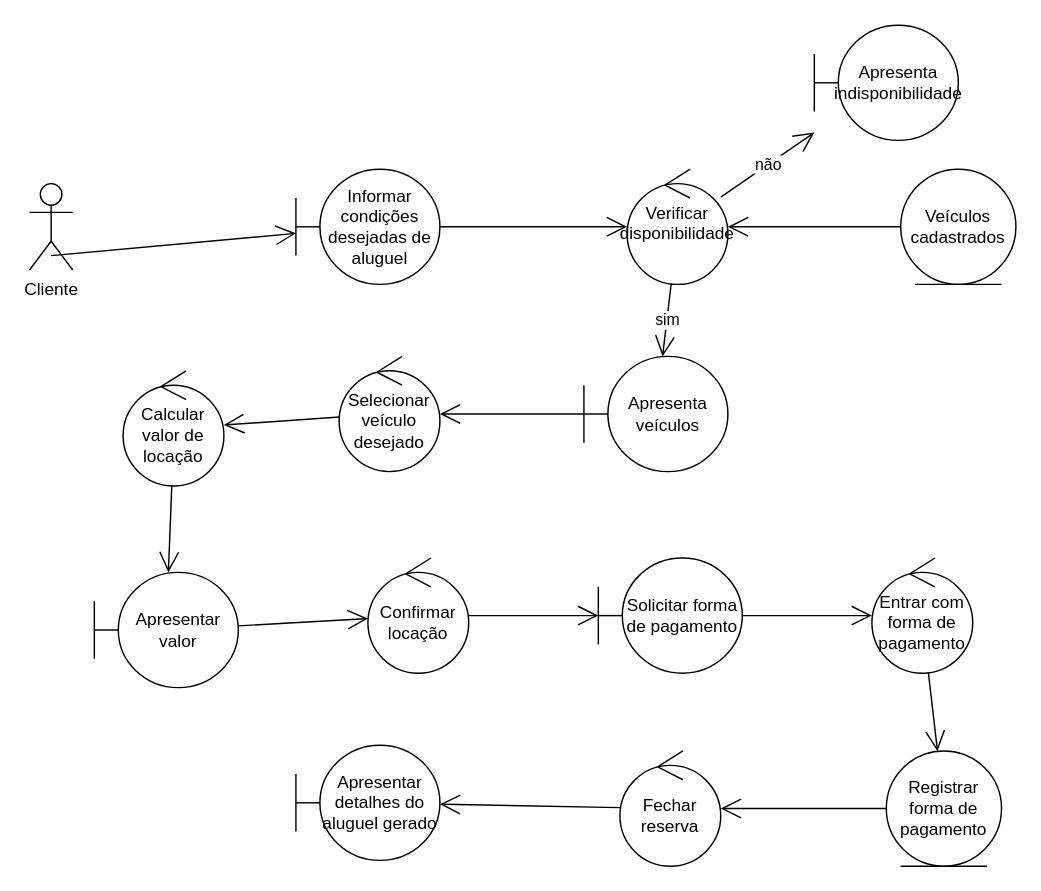
The draw.io diagram diagramas/Diagrama de Robustez/Diagrama_de_Robustez_Alugar_Veículo .drawio in AlexandreCampos/aulas_est, before the edit. Source tidied: cells renumbered, new cells numbered last; positions are measured from the earlier drawing's top-left corner, leaving out a move shared by most shapes. Both pictures are drawn from the tidied source at 144%, with x=0, y=0 at pixel (29, 24).
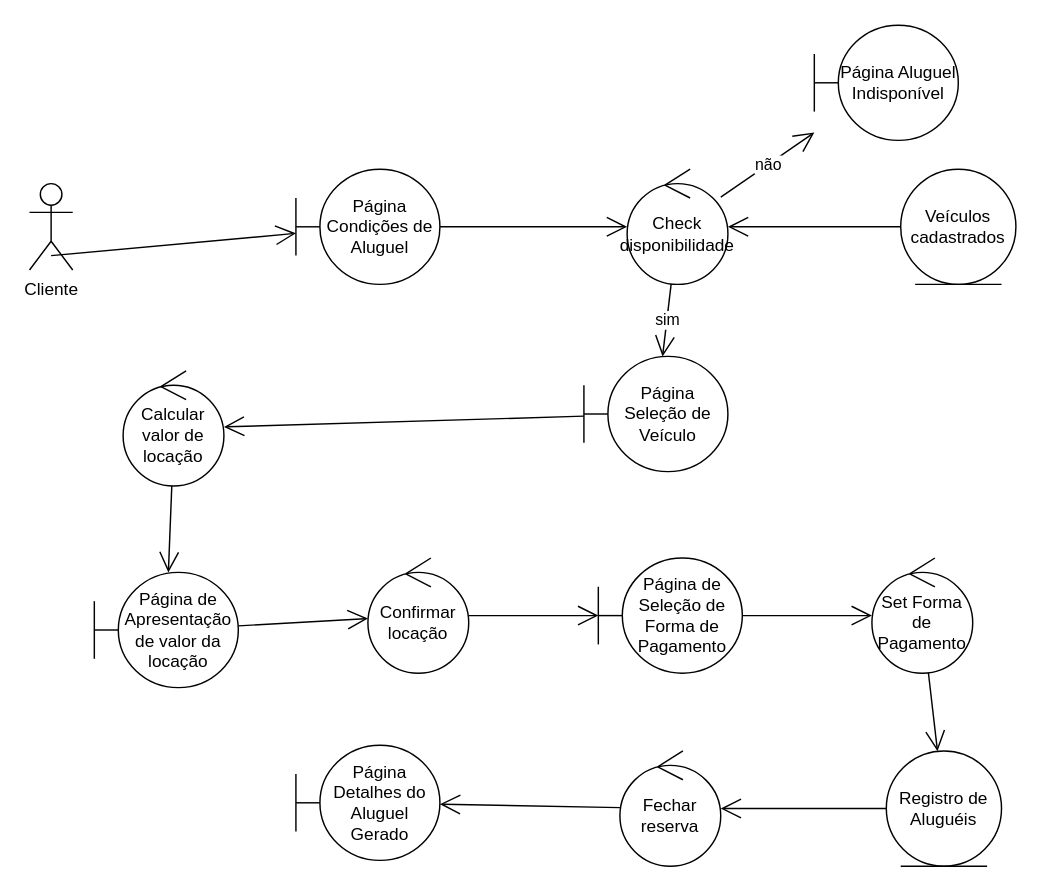
The same page after the edit.

Commit message (it also covers changes not shown here):
atualizando diagramas de robustez

The change refers to these unchanged cells:
```xml
<mxCell id="13" value="Calcular valor de locação" style="ellipse;shape=umlControl;whiteSpace=wrap;html=1;" parent="1" vertex="1">
  <mxGeometry x="65" y="240" width="70" height="80" as="geometry" />
</mxCell>
```

What changed in the source:
```diff
@@
-    <mxCell id="2" value="Informar condições desejadas de aluguel" style="shape=umlBoundary;whiteSpace=wrap;html=1;" parent="1" vertex="1">
+    <mxCell id="2" value="Página Condições de Aluguel" style="shape=umlBoundary;whiteSpace=wrap;html=1;" parent="1" vertex="1">
       <mxGeometry x="185" y="100" width="100" height="80" as="geometry" />
     </mxCell>
@@
-    <mxCell id="4" value="Verificar disponibilidade&lt;br&gt;&lt;br&gt;" style="ellipse;shape=umlControl;whiteSpace=wrap;html=1;" parent="1" vertex="1">
+    <mxCell id="4" value="Check disponibilidade&lt;br&gt;" style="ellipse;shape=umlControl;whiteSpace=wrap;html=1;" parent="1" vertex="1">
       <mxGeometry x="415" y="100" width="70" height="80" as="geometry" />
     </mxCell>
@@
-    <mxCell id="9" value="Apresenta veículos" style="shape=umlBoundary;whiteSpace=wrap;html=1;" parent="1" vertex="1">
+    <mxCell id="9" value="Página Seleção de Veículo" style="shape=umlBoundary;whiteSpace=wrap;html=1;" parent="1" vertex="1">
       <mxGeometry x="385" y="230" width="100" height="80" as="geometry" />
     </mxCell>
-    <mxCell id="10" value="Apresenta indisponibilidade" style="shape=umlBoundary;whiteSpace=wrap;html=1;" parent="1" vertex="1">
+    <mxCell id="10" value="Página Aluguel Indisponível" style="shape=umlBoundary;whiteSpace=wrap;html=1;" parent="1" vertex="1">
       <mxGeometry x="545" width="100" height="80" as="geometry" />
     </mxCell>
-    <mxCell id="11" value="Selecionar veículo desejado" style="ellipse;shape=umlControl;whiteSpace=wrap;html=1;" parent="1" vertex="1">
-      <mxGeometry x="215" y="230" width="70" height="80" as="geometry" />
-    </mxCell>
-    <mxCell id="12" style="endArrow=open;endFill=1;endSize=12;html=1;" parent="1" edge="1" source="9" target="11">
-      <mxGeometry relative="1" as="geometry" />
-    </mxCell>
@@
-    <mxCell id="14" style="endArrow=open;endFill=1;endSize=12;html=1;" parent="1" edge="1" source="11" target="13">
+    <mxCell id="14" style="endArrow=open;endFill=1;endSize=12;html=1;" parent="1" edge="1" source="9" target="13">
       <mxGeometry relative="1" as="geometry" />
     </mxCell>
-    <mxCell id="15" value="Apresentar valor" style="shape=umlBoundary;whiteSpace=wrap;html=1;" parent="1" vertex="1">
+    <mxCell id="15" value="Página de Apresentação de valor da locação" style="shape=umlBoundary;whiteSpace=wrap;html=1;" parent="1" vertex="1">
       <mxGeometry x="45" y="380" width="100" height="80" as="geometry" />
     </mxCell>
@@
-    <mxCell id="20" value="Solicitar forma de pagamento" style="shape=umlBoundary;whiteSpace=wrap;html=1;" parent="1" vertex="1">
+    <mxCell id="20" value="Página de Seleção de Forma de Pagamento" style="shape=umlBoundary;whiteSpace=wrap;html=1;" parent="1" vertex="1">
       <mxGeometry x="395" y="370" width="100" height="80" as="geometry" />
     </mxCell>
-    <mxCell id="21" value="Entrar com forma de pagamento" style="ellipse;shape=umlControl;whiteSpace=wrap;html=1;" parent="1" vertex="1">
+    <mxCell id="21" value="Set Forma de Pagamento" style="ellipse;shape=umlControl;whiteSpace=wrap;html=1;" parent="1" vertex="1">
       <mxGeometry x="585" y="370" width="70" height="80" as="geometry" />
     </mxCell>
@@
-    <mxCell id="25" value="Registrar forma de pagamento" style="ellipse;shape=umlEntity;whiteSpace=wrap;html=1;" parent="1" vertex="1">
+    <mxCell id="25" value="Registro de Aluguéis" style="ellipse;shape=umlEntity;whiteSpace=wrap;html=1;" parent="1" vertex="1">
       <mxGeometry x="595" y="504" width="80" height="80" as="geometry" />
     </mxCell>
@@
-    <mxCell id="29" value="Apresentar detalhes do aluguel gerado" style="shape=umlBoundary;whiteSpace=wrap;html=1;" parent="1" vertex="1">
+    <mxCell id="29" value="Página Detalhes do Aluguel Gerado" style="shape=umlBoundary;whiteSpace=wrap;html=1;" parent="1" vertex="1">
       <mxGeometry x="185" y="500" width="100" height="80" as="geometry" />
     </mxCell>
```
